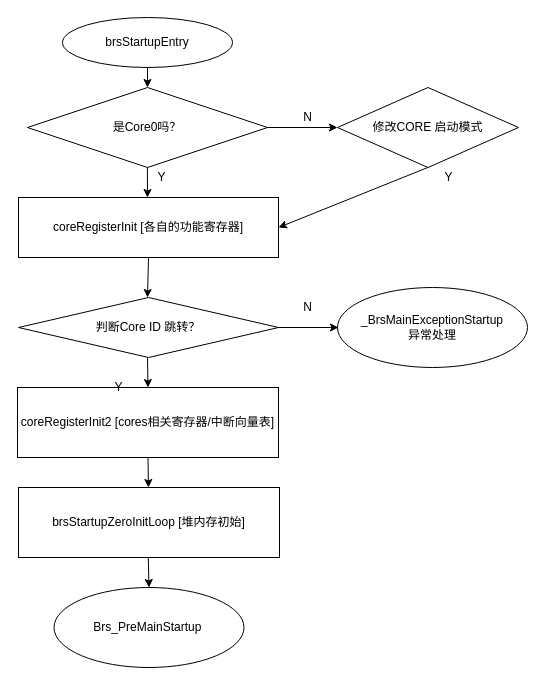
Earlier version of the draw.io diagram page "APP_BOOT" (1 of 4) of Untitled Diagram.drawio (muxi01/process_scheme). Source tidied: cells renumbered, new cells numbered last; positions are measured from the earlier drawing's top-left corner, leaving out a move shared by most shapes. Both pictures are drawn from the tidied source at 100%, with x=0, y=0 at pixel (17, 17).
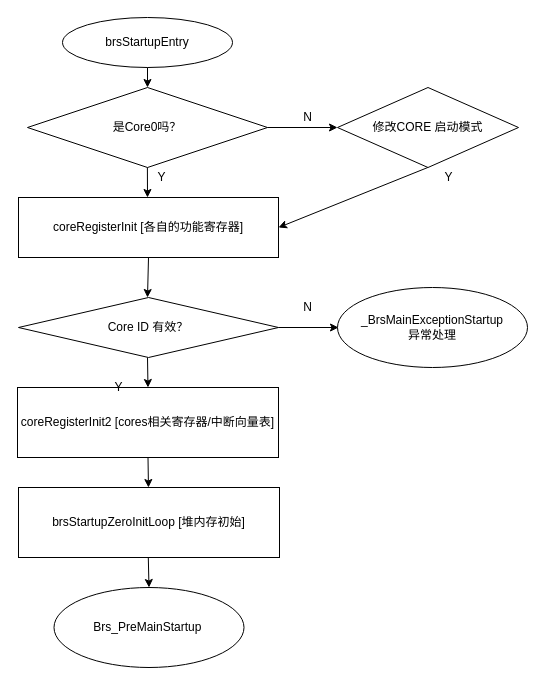
The same diagram, later.

What changed in the source:
```diff
@@
-    <mxCell id="20" value="&lt;span style=&quot;&quot;&gt;判断Core ID 跳转？&lt;/span&gt;" style="rhombus;whiteSpace=wrap;html=1;" parent="1" vertex="1">
+    <mxCell id="20" value="&lt;span style=&quot;&quot;&gt;Core ID 有效？&lt;/span&gt;" style="rhombus;whiteSpace=wrap;html=1;" parent="1" vertex="1">
       <mxGeometry x="1" y="280" width="260" height="60" as="geometry" />
     </mxCell>
```
